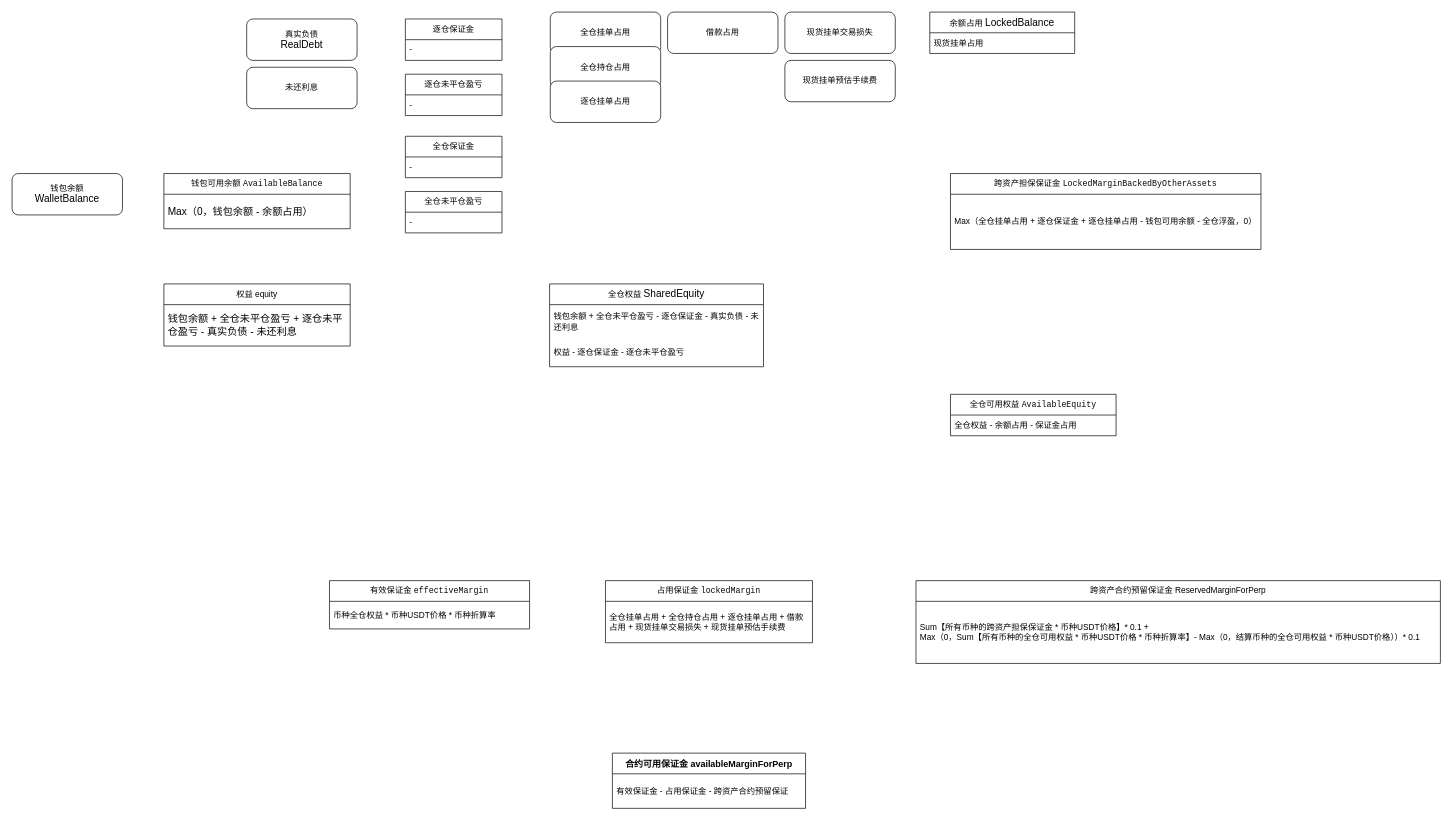
This is UTA_2.drawio from AC-YoY/diagram-storage, a draw.io file, before an edit. Source tidied: cells renumbered, new cells numbered last; positions are measured from the earlier drawing's top-left corner, leaving out a move shared by most shapes. Both pictures are drawn from the tidied source at 69%, with x=0, y=0 at pixel (12, 12).
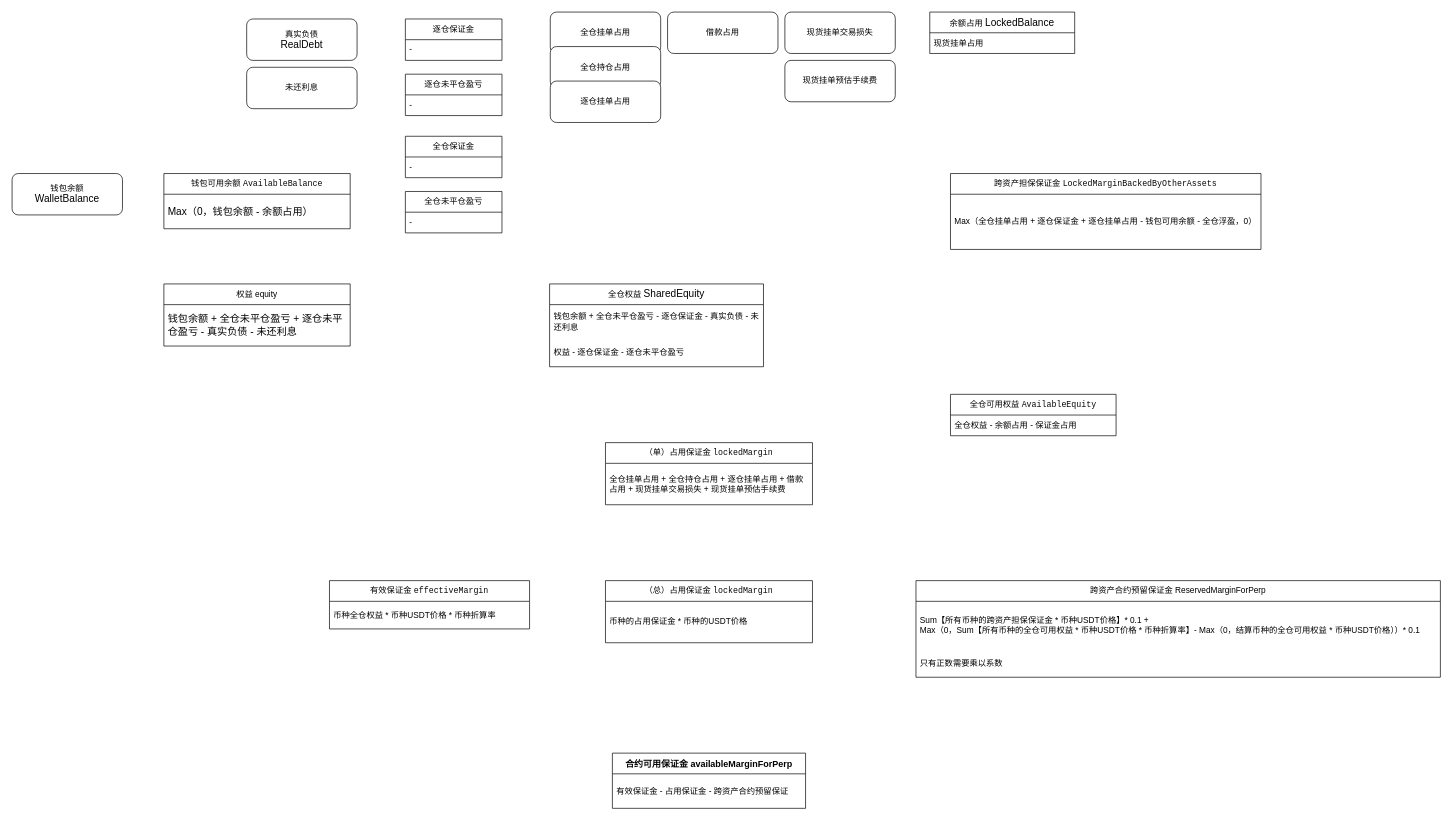
Above is the later version.

What changed in the source:
```diff
@@
-    <mxCell id="6" value="&lt;span style=&quot;text-align: left;&quot;&gt;占用保证金&amp;nbsp;&lt;/span&gt;&lt;span style=&quot;font-family: &amp;quot;JetBrains Mono&amp;quot;, monospace; font-size: 9pt; background-color: rgb(255, 255, 255); color: rgb(8, 8, 8);&quot;&gt;lockedMargin&lt;/span&gt;" style="swimlane;fontStyle=0;horizontal=1;startSize=30;whiteSpace=wrap;html=1;" parent="1" vertex="1">
-      <mxGeometry x="860" y="824" width="300" height="90" as="geometry" />
+    <mxCell id="6" value="&lt;span style=&quot;text-align: left;&quot;&gt;（单）占用保证金&amp;nbsp;&lt;/span&gt;&lt;span style=&quot;font-family: &amp;quot;JetBrains Mono&amp;quot;, monospace; font-size: 9pt; background-color: rgb(255, 255, 255); color: rgb(8, 8, 8);&quot;&gt;lockedMargin&lt;/span&gt;" style="swimlane;fontStyle=0;horizontal=1;startSize=30;whiteSpace=wrap;html=1;" parent="1" vertex="1">
+      <mxGeometry x="860" y="624" width="300" height="90" as="geometry" />
     </mxCell>
@@
     <mxCell id="8" value="&lt;span style=&quot;text-align: left;&quot;&gt;跨资产合约预留保证金&amp;nbsp;&lt;/span&gt;ReservedMarginForPerp" style="swimlane;fontStyle=0;horizontal=1;startSize=30;whiteSpace=wrap;html=1;" parent="1" vertex="1">
-      <mxGeometry x="1310" y="824" width="760" height="120" as="geometry" />
+      <mxGeometry x="1310" y="824" width="760" height="140" as="geometry" />
     </mxCell>
     <mxCell id="9" value="&lt;div&gt;Sum【所有币种的跨资产担保保证金 * 币种USDT价格】* 0.1 +&amp;nbsp;&lt;/div&gt;&lt;div&gt;Max（0，Sum【所有币种的全仓可用权益 * 币种USDT价格 * 币种折算率】- Max（0，结算币种的全仓可用权益 * 币种USDT价格））* 0.1&lt;br&gt;&lt;/div&gt;" style="text;strokeColor=none;fillColor=none;align=left;verticalAlign=middle;spacingLeft=4;spacingRight=4;overflow=hidden;whiteSpace=wrap;html=1;" parent="8" vertex="1">
-      <mxGeometry y="30" width="760" height="90" as="geometry" />
+      <mxGeometry y="30" width="760" height="70" as="geometry" />
     </mxCell>
+    <mxCell id="40" value="&lt;div&gt;只有正数需要乘以系数&lt;/div&gt;" style="text;strokeColor=none;fillColor=none;align=left;verticalAlign=middle;spacingLeft=4;spacingRight=4;overflow=hidden;whiteSpace=wrap;html=1;" parent="8" vertex="1">
+      <mxGeometry y="100" width="760" height="40" as="geometry" />
+    </mxCell>
@@
+    <mxCell id="41" value="&lt;span style=&quot;text-align: left;&quot;&gt;（总）占用保证金&amp;nbsp;&lt;/span&gt;&lt;span style=&quot;font-family: &amp;quot;JetBrains Mono&amp;quot;, monospace; font-size: 9pt; background-color: rgb(255, 255, 255); color: rgb(8, 8, 8);&quot;&gt;lockedMargin&lt;/span&gt;" style="swimlane;fontStyle=0;horizontal=1;startSize=30;whiteSpace=wrap;html=1;" parent="1" vertex="1">
+      <mxGeometry x="860" y="824" width="300" height="90" as="geometry" />
+    </mxCell>
+    <mxCell id="42" value="币种的占用保证金 * 币种的USDT价格" style="text;strokeColor=none;fillColor=none;align=left;verticalAlign=middle;spacingLeft=4;spacingRight=4;overflow=hidden;whiteSpace=wrap;html=1;" parent="41" vertex="1">
+      <mxGeometry y="30" width="300" height="60" as="geometry" />
+    </mxCell>
```
